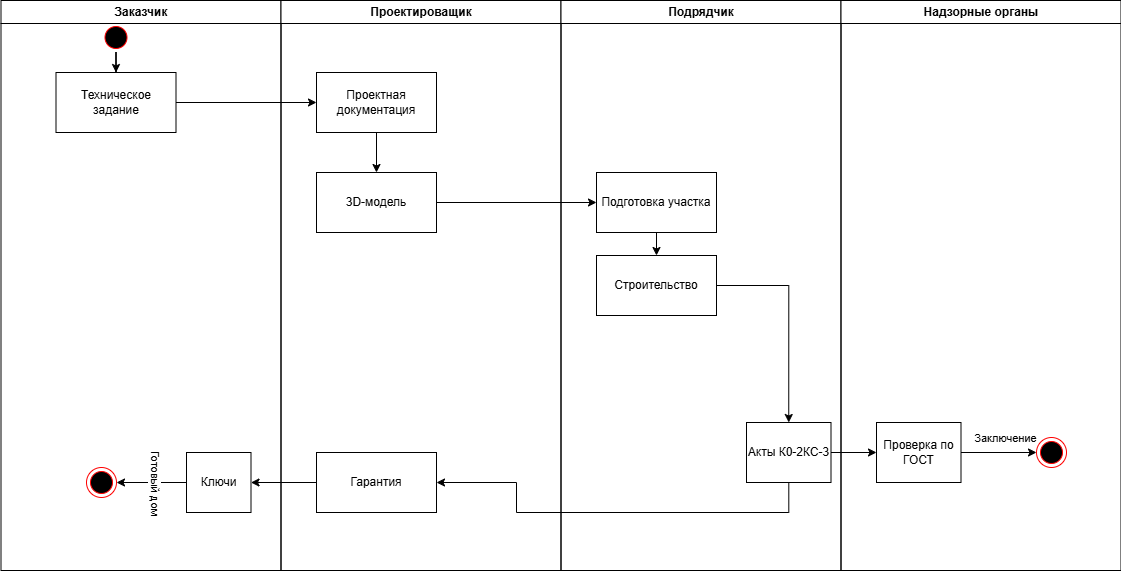
The draw.io diagram diagrams/diagram_images/UML_ACTIVITY.drawio.png in lLegionl/BuildYourDream, before a commit. Source tidied: cells renumbered, new cells last; positions are measured from the earlier drawing's top-left corner, leaving out a move shared by most shapes. Source of this version:
```xml
<mxGraphModel>
  <root>
    <mxCell id="0" />
    <mxCell id="1" parent="0" />
    <mxCell id="2" value="Заказчик" style="swimlane;whiteSpace=wrap;" parent="1" vertex="1">
      <mxGeometry x="0.5" width="280" height="570" as="geometry" />
    </mxCell>
    <mxCell id="3" style="edgeStyle=orthogonalEdgeStyle;rounded=0;jettySize=auto;html=1;entryX=0.5;entryY=0;entryDx=0;entryDy=0;" parent="2" edge="1" source="4" target="5">
      <mxGeometry relative="1" as="geometry" />
    </mxCell>
    <mxCell id="4" style="ellipse;shape=startState;fillColor=#000000;strokeColor=#ff0000;" parent="2" vertex="1">
      <mxGeometry x="100" y="22" width="30" height="30" as="geometry" />
    </mxCell>
    <mxCell id="5" value="Техническое задание" style="rounded=0;whiteSpace=wrap;html=1;" parent="2" vertex="1">
      <mxGeometry x="55" y="72" width="120" height="60" as="geometry" />
    </mxCell>
    <mxCell id="6" style="edgeStyle=orthogonalEdgeStyle;rounded=0;jettySize=auto;html=1;entryX=1;entryY=0.5;entryDx=0;entryDy=0;" parent="2" edge="1" source="8" target="9">
      <mxGeometry relative="1" as="geometry" />
    </mxCell>
    <mxCell id="7" value="Готовый дом" style="edgeLabel;html=1;align=center;verticalAlign=middle;rotation=90;" parent="6" vertex="1">
      <mxGeometry x="0.43" y="1" relative="1" as="geometry">
        <mxPoint x="20" y="-1" as="offset" />
      </mxGeometry>
    </mxCell>
    <mxCell id="8" value="Ключи" style="rounded=0;whiteSpace=wrap;html=1;" parent="2" vertex="1">
      <mxGeometry x="185.5" y="452" width="64.5" height="60" as="geometry" />
    </mxCell>
    <mxCell id="9" style="ellipse;html=1;shape=endState;fillColor=#000000;strokeColor=#ff0000;" parent="2" vertex="1">
      <mxGeometry x="85.5" y="467" width="30" height="30" as="geometry" />
    </mxCell>
    <mxCell id="10" value="Проектироващик" style="swimlane;whiteSpace=wrap;" parent="1" vertex="1">
      <mxGeometry x="280.5" width="280" height="570" as="geometry" />
    </mxCell>
    <mxCell id="11" style="edgeStyle=orthogonalEdgeStyle;rounded=0;jettySize=auto;html=1;entryX=0.5;entryY=0;entryDx=0;entryDy=0;" parent="10" edge="1" source="12" target="13">
      <mxGeometry relative="1" as="geometry" />
    </mxCell>
    <mxCell id="12" value="Проектная документация" style="rounded=0;whiteSpace=wrap;html=1;" parent="10" vertex="1">
      <mxGeometry x="35.5" y="72" width="120" height="60" as="geometry" />
    </mxCell>
    <mxCell id="13" value="3D-модель" style="rounded=0;whiteSpace=wrap;html=1;" parent="10" vertex="1">
      <mxGeometry x="35.5" y="172" width="120" height="60" as="geometry" />
    </mxCell>
    <mxCell id="14" value="Гарантия" style="rounded=0;whiteSpace=wrap;html=1;" parent="10" vertex="1">
      <mxGeometry x="35.5" y="452" width="120" height="60" as="geometry" />
    </mxCell>
    <mxCell id="15" value="Подрядчик" style="swimlane;whiteSpace=wrap;" parent="1" vertex="1">
      <mxGeometry x="560.5" width="280" height="570" as="geometry" />
    </mxCell>
    <mxCell id="16" style="edgeStyle=orthogonalEdgeStyle;rounded=0;jettySize=auto;html=1;entryX=0.5;entryY=0;entryDx=0;entryDy=0;" parent="15" edge="1" source="17">
      <mxGeometry relative="1" as="geometry">
        <mxPoint x="95.5" y="255" as="targetPoint" />
      </mxGeometry>
    </mxCell>
    <mxCell id="17" value="Подготовка участка" style="rounded=0;whiteSpace=wrap;html=1;" parent="15" vertex="1">
      <mxGeometry x="35.5" y="172" width="120" height="60" as="geometry" />
    </mxCell>
    <mxCell id="18" value="Акты К0-2КС-3" style="rounded=0;whiteSpace=wrap;html=1;" parent="15" vertex="1">
      <mxGeometry x="185.5" y="422" width="84.5" height="60" as="geometry" />
    </mxCell>
    <mxCell id="19" style="edgeStyle=orthogonalEdgeStyle;rounded=0;jettySize=auto;html=1;entryX=0.5;entryY=0;entryDx=0;entryDy=0;" parent="15" edge="1" source="20" target="18">
      <mxGeometry relative="1" as="geometry" />
    </mxCell>
    <mxCell id="20" value="Строительство" style="rounded=0;whiteSpace=wrap;html=1;" parent="15" vertex="1">
      <mxGeometry x="35.5" y="255" width="120" height="60" as="geometry" />
    </mxCell>
    <mxCell id="21" style="edgeStyle=orthogonalEdgeStyle;rounded=0;jettySize=auto;html=1;entryX=0;entryY=0.5;entryDx=0;entryDy=0;" parent="1" edge="1" source="5" target="12">
      <mxGeometry relative="1" as="geometry" />
    </mxCell>
    <mxCell id="22" value="Надзорные органы" style="swimlane;whiteSpace=wrap;startSize=23;" parent="1" vertex="1">
      <mxGeometry x="840.5" width="280" height="570" as="geometry" />
    </mxCell>
    <mxCell id="23" style="edgeStyle=orthogonalEdgeStyle;rounded=0;jettySize=auto;html=1;entryX=0;entryY=0.5;entryDx=0;entryDy=0;" parent="22" edge="1" source="25" target="26">
      <mxGeometry relative="1" as="geometry" />
    </mxCell>
    <mxCell id="24" value="Заключение" style="edgeLabel;html=1;align=center;verticalAlign=middle;" parent="23" vertex="1">
      <mxGeometry x="-0.11" y="1" relative="1" as="geometry">
        <mxPoint x="11" y="-14" as="offset" />
      </mxGeometry>
    </mxCell>
    <mxCell id="25" value="Проверка по ГОСТ" style="rounded=0;whiteSpace=wrap;html=1;" parent="22" vertex="1">
      <mxGeometry x="35.5" y="422" width="84.5" height="60" as="geometry" />
    </mxCell>
    <mxCell id="26" style="ellipse;html=1;shape=endState;fillColor=#000000;strokeColor=#ff0000;" parent="22" vertex="1">
      <mxGeometry x="195.5" y="437" width="30" height="30" as="geometry" />
    </mxCell>
    <mxCell id="27" style="edgeStyle=orthogonalEdgeStyle;rounded=0;jettySize=auto;html=1;entryX=0;entryY=0.5;entryDx=0;entryDy=0;" parent="1" edge="1" source="13" target="17">
      <mxGeometry relative="1" as="geometry" />
    </mxCell>
    <mxCell id="28" style="edgeStyle=orthogonalEdgeStyle;rounded=0;jettySize=auto;html=1;entryX=0;entryY=0.5;entryDx=0;entryDy=0;" parent="1" edge="1" source="18" target="25">
      <mxGeometry relative="1" as="geometry" />
    </mxCell>
    <mxCell id="29" style="edgeStyle=orthogonalEdgeStyle;rounded=0;jettySize=auto;html=1;entryX=1;entryY=0.5;entryDx=0;entryDy=0;" parent="1" edge="1" source="18" target="14">
      <mxGeometry relative="1" as="geometry">
        <Array as="points">
          <mxPoint x="788" y="512" />
          <mxPoint x="516" y="512" />
          <mxPoint x="516" y="482" />
        </Array>
      </mxGeometry>
    </mxCell>
    <mxCell id="30" style="edgeStyle=orthogonalEdgeStyle;rounded=0;jettySize=auto;html=1;entryX=1;entryY=0.5;entryDx=0;entryDy=0;" parent="1" edge="1" source="14" target="8">
      <mxGeometry relative="1" as="geometry" />
    </mxCell>
  </root>
</mxGraphModel>
```
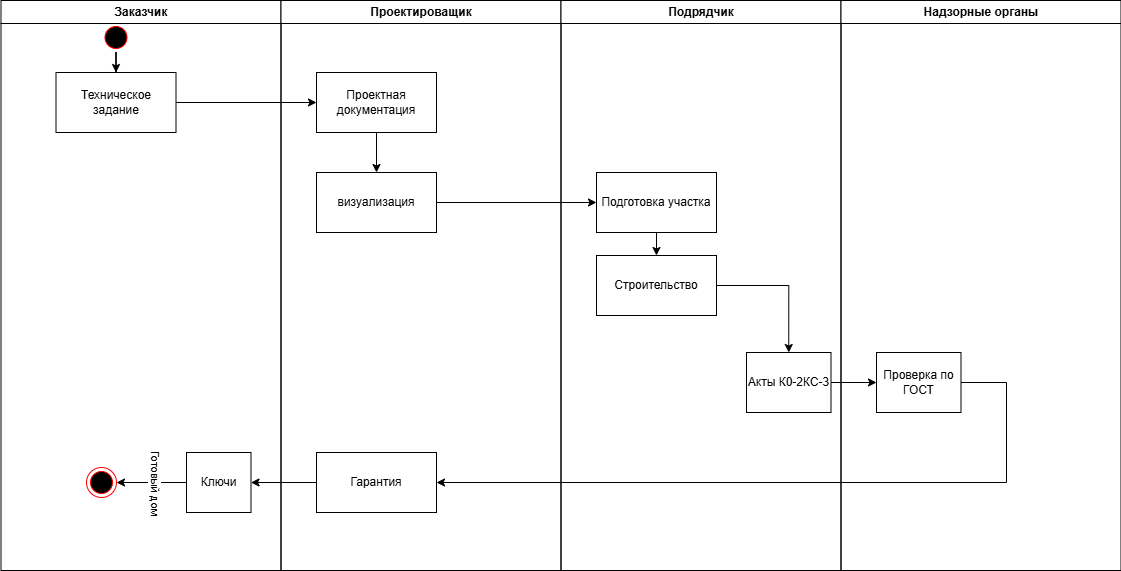
After the commit.

The edit, as a diff of the source:
```diff
@@ -37,7 +37,7 @@
     <mxCell id="12" value="Проектная документация" style="rounded=0;whiteSpace=wrap;html=1;" parent="10" vertex="1">
       <mxGeometry x="35.5" y="72" width="120" height="60" as="geometry" />
     </mxCell>
-    <mxCell id="13" value="3D-модель" style="rounded=0;whiteSpace=wrap;html=1;" parent="10" vertex="1">
+    <mxCell id="13" value="визуализация" style="rounded=0;whiteSpace=wrap;html=1;" parent="10" vertex="1">
       <mxGeometry x="35.5" y="172" width="120" height="60" as="geometry" />
     </mxCell>
     <mxCell id="14" value="Гарантия" style="rounded=0;whiteSpace=wrap;html=1;" parent="10" vertex="1">
@@ -55,7 +55,7 @@
       <mxGeometry x="35.5" y="172" width="120" height="60" as="geometry" />
     </mxCell>
     <mxCell id="18" value="Акты К0-2КС-3" style="rounded=0;whiteSpace=wrap;html=1;" parent="15" vertex="1">
-      <mxGeometry x="185.5" y="422" width="84.5" height="60" as="geometry" />
+      <mxGeometry x="185.5" y="352" width="84.5" height="60" as="geometry" />
     </mxCell>
     <mxCell id="19" style="edgeStyle=orthogonalEdgeStyle;rounded=0;jettySize=auto;html=1;entryX=0.5;entryY=0;entryDx=0;entryDy=0;" parent="15" edge="1" source="20" target="18">
       <mxGeometry relative="1" as="geometry" />
@@ -69,37 +69,25 @@
     <mxCell id="22" value="Надзорные органы" style="swimlane;whiteSpace=wrap;startSize=23;" parent="1" vertex="1">
       <mxGeometry x="840.5" width="280" height="570" as="geometry" />
     </mxCell>
-    <mxCell id="23" style="edgeStyle=orthogonalEdgeStyle;rounded=0;jettySize=auto;html=1;entryX=0;entryY=0.5;entryDx=0;entryDy=0;" parent="22" edge="1" source="25" target="26">
-      <mxGeometry relative="1" as="geometry" />
-    </mxCell>
-    <mxCell id="24" value="Заключение" style="edgeLabel;html=1;align=center;verticalAlign=middle;" parent="23" vertex="1">
-      <mxGeometry x="-0.11" y="1" relative="1" as="geometry">
-        <mxPoint x="11" y="-14" as="offset" />
-      </mxGeometry>
-    </mxCell>
     <mxCell id="25" value="Проверка по ГОСТ" style="rounded=0;whiteSpace=wrap;html=1;" parent="22" vertex="1">
-      <mxGeometry x="35.5" y="422" width="84.5" height="60" as="geometry" />
+      <mxGeometry x="35.5" y="352" width="84.5" height="60" as="geometry" />
     </mxCell>
-    <mxCell id="26" style="ellipse;html=1;shape=endState;fillColor=#000000;strokeColor=#ff0000;" parent="22" vertex="1">
-      <mxGeometry x="195.5" y="437" width="30" height="30" as="geometry" />
-    </mxCell>
     <mxCell id="27" style="edgeStyle=orthogonalEdgeStyle;rounded=0;jettySize=auto;html=1;entryX=0;entryY=0.5;entryDx=0;entryDy=0;" parent="1" edge="1" source="13" target="17">
       <mxGeometry relative="1" as="geometry" />
     </mxCell>
     <mxCell id="28" style="edgeStyle=orthogonalEdgeStyle;rounded=0;jettySize=auto;html=1;entryX=0;entryY=0.5;entryDx=0;entryDy=0;" parent="1" edge="1" source="18" target="25">
       <mxGeometry relative="1" as="geometry" />
     </mxCell>
-    <mxCell id="29" style="edgeStyle=orthogonalEdgeStyle;rounded=0;jettySize=auto;html=1;entryX=1;entryY=0.5;entryDx=0;entryDy=0;" parent="1" edge="1" source="18" target="14">
-      <mxGeometry relative="1" as="geometry">
-        <Array as="points">
-          <mxPoint x="788" y="512" />
-          <mxPoint x="516" y="512" />
-          <mxPoint x="516" y="482" />
-        </Array>
-      </mxGeometry>
-    </mxCell>
     <mxCell id="30" style="edgeStyle=orthogonalEdgeStyle;rounded=0;jettySize=auto;html=1;entryX=1;entryY=0.5;entryDx=0;entryDy=0;" parent="1" edge="1" source="14" target="8">
       <mxGeometry relative="1" as="geometry" />
     </mxCell>
+    <mxCell id="23" style="edgeStyle=orthogonalEdgeStyle;rounded=0;jettySize=auto;html=1;entryX=1;entryY=0.5;entryDx=0;entryDy=0;" parent="1" edge="1" source="25" target="14">
+      <mxGeometry relative="1" as="geometry">
+        <Array as="points">
+          <mxPoint x="1006" y="382" />
+          <mxPoint x="1006" y="482" />
+        </Array>
+      </mxGeometry>
+    </mxCell>
   </root>
 </mxGraphModel>
```
